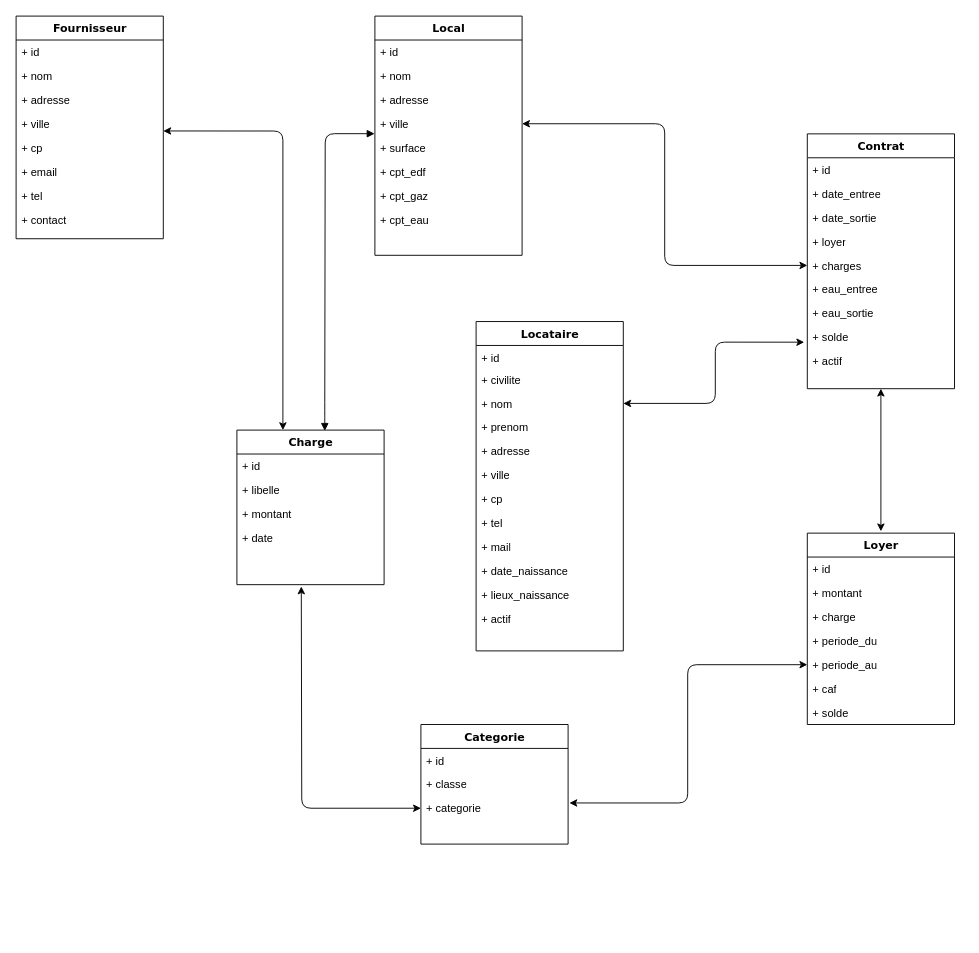
Earlier version of the draw.io diagram Untitled Diagram.drawio (eupani33/immobiler). Source tidied: cells renumbered, new cells numbered last; positions are measured from the earlier drawing's top-left corner, leaving out a move shared by most shapes. Both pictures are drawn from the tidied source at 92%, with x=0, y=0 at pixel (16, 16).
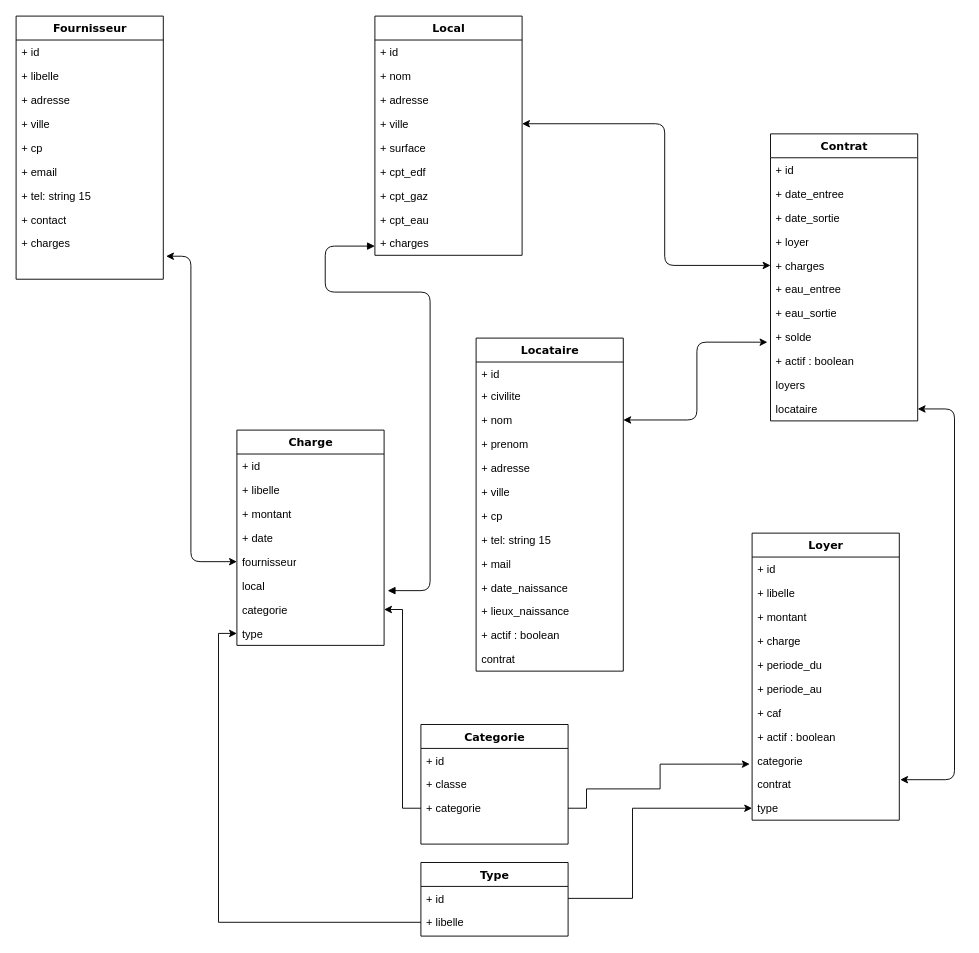
After the change.

The change refers to these unchanged cells:
```xml
<mxCell id="6" value="+ ville" style="text;html=1;strokeColor=none;fillColor=none;align=left;verticalAlign=top;spacingLeft=4;spacingRight=4;whiteSpace=wrap;overflow=hidden;points=[[0,0.5],[1,0.5]];portConstraint=eastwest;" parent="2" vertex="1">
  <mxGeometry y="104" width="160" height="26" as="geometry" />
</mxCell>
<mxCell id="28" value="+ categorie" style="text;html=1;strokeColor=none;fillColor=none;align=left;verticalAlign=top;spacingLeft=4;spacingRight=4;whiteSpace=wrap;overflow=hidden;points=[[0,0.5],[1,0.5]];portConstraint=eastwest;" parent="25" vertex="1">
  <mxGeometry y="78" width="160" height="26" as="geometry" />
</mxCell>
<mxCell id="29" value="Local" style="swimlane;html=1;fontStyle=1;align=center;verticalAlign=top;horizontal=1;startSize=26;swimlaneFillColor=#ffffff;rounded=0;shadow=0;comic=0;labelBackgroundColor=none;strokeWidth=1;fillColor=none;fontFamily=Verdana;fontSize=12;" parent="1" vertex="1">
  <mxGeometry x="390" width="160" height="260" as="geometry" />
</mxCell>
<mxCell id="33" value="+ ville" style="text;html=1;strokeColor=none;fillColor=none;align=left;verticalAlign=top;spacingLeft=4;spacingRight=4;whiteSpace=wrap;overflow=hidden;points=[[0,0.5],[1,0.5]];portConstraint=eastwest;" parent="29" vertex="1">
  <mxGeometry y="104" width="160" height="26" as="geometry" />
</mxCell>
<mxCell id="56" value="+ charges" style="text;html=1;strokeColor=none;fillColor=none;align=left;verticalAlign=top;spacingLeft=4;spacingRight=4;whiteSpace=wrap;overflow=hidden;points=[[0,0.5],[1,0.5]];portConstraint=eastwest;" parent="51" vertex="1">
  <mxGeometry y="130" width="160" height="26" as="geometry" />
</mxCell>
```

What changed in the source:
```diff
@@
     <mxCell id="2" value="&lt;div&gt;Fournisseur&lt;/div&gt;&lt;div&gt;&lt;br&gt;&lt;/div&gt;" style="swimlane;html=1;fontStyle=1;align=center;verticalAlign=top;horizontal=1;startSize=26;swimlaneFillColor=#ffffff;rounded=0;shadow=0;comic=0;labelBackgroundColor=none;strokeWidth=1;fillColor=none;fontFamily=Verdana;fontSize=12;" parent="1" vertex="1">
-      <mxGeometry width="160" height="242" as="geometry" />
+      <mxGeometry width="160" height="286" as="geometry" />
     </mxCell>
@@
-    <mxCell id="4" value="+ nom" style="text;html=1;strokeColor=none;fillColor=none;align=left;verticalAlign=top;spacingLeft=4;spacingRight=4;whiteSpace=wrap;overflow=hidden;" parent="2" vertex="1">
+    <mxCell id="4" value="+ libelle" style="text;html=1;strokeColor=none;fillColor=none;align=left;verticalAlign=top;spacingLeft=4;spacingRight=4;whiteSpace=wrap;overflow=hidden;" parent="2" vertex="1">
       <mxGeometry y="52" width="160" height="26" as="geometry" />
     </mxCell>
@@
-    <mxCell id="9" value="+ tel" style="text;html=1;strokeColor=none;fillColor=none;align=left;verticalAlign=top;spacingLeft=4;spacingRight=4;whiteSpace=wrap;overflow=hidden;" parent="2" vertex="1">
+    <mxCell id="9" value="+ tel: string 15" style="text;html=1;strokeColor=none;fillColor=none;align=left;verticalAlign=top;spacingLeft=4;spacingRight=4;whiteSpace=wrap;overflow=hidden;" parent="2" vertex="1">
       <mxGeometry y="182" width="160" height="26" as="geometry" />
     </mxCell>
@@
+    <mxCell id="68" value="+ charges" style="text;html=1;strokeColor=none;fillColor=none;align=left;verticalAlign=top;spacingLeft=4;spacingRight=4;whiteSpace=wrap;overflow=hidden;points=[[0,0.5],[1,0.5]];portConstraint=eastwest;" parent="2" vertex="1">
+      <mxGeometry y="234" width="160" height="26" as="geometry" />
+    </mxCell>
     <mxCell id="11" value="Loyer" style="swimlane;html=1;fontStyle=1;align=center;verticalAlign=top;horizontal=1;startSize=26;swimlaneFillColor=#ffffff;rounded=0;shadow=0;comic=0;labelBackgroundColor=none;strokeWidth=1;fillColor=none;fontFamily=Verdana;fontSize=12;" parent="1" vertex="1">
-      <mxGeometry x="860" y="562" width="160" height="208" as="geometry" />
+      <mxGeometry x="800" y="562" width="160" height="312" as="geometry" />
     </mxCell>
@@
+    <mxCell id="69" value="+ libelle" style="text;html=1;strokeColor=none;fillColor=none;align=left;verticalAlign=top;spacingLeft=4;spacingRight=4;whiteSpace=wrap;overflow=hidden;" parent="11" vertex="1">
+      <mxGeometry y="52" width="160" height="26" as="geometry" />
+    </mxCell>
     <mxCell id="13" value="+ montant" style="text;html=1;strokeColor=none;fillColor=none;align=left;verticalAlign=top;spacingLeft=4;spacingRight=4;whiteSpace=wrap;overflow=hidden;" parent="11" vertex="1">
-      <mxGeometry y="52" width="160" height="26" as="geometry" />
+      <mxGeometry y="78" width="160" height="26" as="geometry" />
     </mxCell>
     <mxCell id="14" value="&lt;div&gt;+ charge&lt;/div&gt;&lt;div&gt;&lt;br&gt;&lt;/div&gt;" style="text;html=1;strokeColor=none;fillColor=none;align=left;verticalAlign=top;spacingLeft=4;spacingRight=4;whiteSpace=wrap;overflow=hidden;" parent="11" vertex="1">
-      <mxGeometry y="78" width="160" height="26" as="geometry" />
+      <mxGeometry y="104" width="160" height="26" as="geometry" />
     </mxCell>
     <mxCell id="15" value="+ periode_du" style="text;html=1;strokeColor=none;fillColor=none;align=left;verticalAlign=top;spacingLeft=4;spacingRight=4;whiteSpace=wrap;overflow=hidden;" parent="11" vertex="1">
-      <mxGeometry y="104" width="160" height="26" as="geometry" />
+      <mxGeometry y="130" width="160" height="26" as="geometry" />
     </mxCell>
     <mxCell id="16" value="+ periode_au" style="text;html=1;strokeColor=none;fillColor=none;align=left;verticalAlign=top;spacingLeft=4;spacingRight=4;whiteSpace=wrap;overflow=hidden;points=[[0,0.5],[1,0.5]];portConstraint=eastwest;" parent="11" vertex="1">
-      <mxGeometry y="130" width="160" height="26" as="geometry" />
+      <mxGeometry y="156" width="160" height="26" as="geometry" />
     </mxCell>
     <mxCell id="17" value="+ caf" style="text;html=1;strokeColor=none;fillColor=none;align=left;verticalAlign=top;spacingLeft=4;spacingRight=4;whiteSpace=wrap;overflow=hidden;" parent="11" vertex="1">
-      <mxGeometry y="156" width="160" height="26" as="geometry" />
+      <mxGeometry y="182" width="160" height="26" as="geometry" />
     </mxCell>
-    <mxCell id="18" value="+ solde" style="text;html=1;strokeColor=none;fillColor=none;align=left;verticalAlign=top;spacingLeft=4;spacingRight=4;whiteSpace=wrap;overflow=hidden;" parent="11" vertex="1">
-      <mxGeometry y="182" width="160" height="26" as="geometry" />
+    <mxCell id="18" value="&lt;div&gt;+ actif : boolean&lt;/div&gt;" style="text;html=1;strokeColor=none;fillColor=none;align=left;verticalAlign=top;spacingLeft=4;spacingRight=4;whiteSpace=wrap;overflow=hidden;" parent="11" vertex="1">
+      <mxGeometry y="208" width="160" height="26" as="geometry" />
     </mxCell>
+    <mxCell id="70" value="categorie" style="text;html=1;strokeColor=none;fillColor=none;align=left;verticalAlign=top;spacingLeft=4;spacingRight=4;whiteSpace=wrap;overflow=hidden;points=[[0,0.5],[1,0.5]];portConstraint=eastwest;" parent="11" vertex="1">
+      <mxGeometry y="234" width="160" height="26" as="geometry" />
+    </mxCell>
+    <mxCell id="71" value="contrat" style="text;html=1;strokeColor=none;fillColor=none;align=left;verticalAlign=top;spacingLeft=4;spacingRight=4;whiteSpace=wrap;overflow=hidden;" parent="11" vertex="1">
+      <mxGeometry y="260" width="160" height="26" as="geometry" />
+    </mxCell>
+    <mxCell id="72" value="type" style="text;html=1;strokeColor=none;fillColor=none;align=left;verticalAlign=top;spacingLeft=4;spacingRight=4;whiteSpace=wrap;overflow=hidden;points=[[0,0.5],[1,0.5]];portConstraint=eastwest;" parent="11" vertex="1">
+      <mxGeometry y="286" width="160" height="26" as="geometry" />
+    </mxCell>
     <mxCell id="19" value="Charge" style="swimlane;html=1;fontStyle=1;align=center;verticalAlign=top;horizontal=1;startSize=26;swimlaneFillColor=#ffffff;rounded=0;shadow=0;comic=0;labelBackgroundColor=none;strokeWidth=1;fillColor=none;fontFamily=Verdana;fontSize=12;" parent="1" vertex="1">
-      <mxGeometry x="240" y="450" width="160" height="168" as="geometry" />
+      <mxGeometry x="240" y="450" width="160" height="234" as="geometry" />
     </mxCell>
@@
+    <mxCell id="73" value="fournisseur" style="text;html=1;strokeColor=none;fillColor=none;align=left;verticalAlign=top;spacingLeft=4;spacingRight=4;whiteSpace=wrap;overflow=hidden;points=[[0,0.5],[1,0.5]];portConstraint=eastwest;" parent="19" vertex="1">
+      <mxGeometry y="130" width="160" height="26" as="geometry" />
+    </mxCell>
+    <mxCell id="74" value="local" style="text;html=1;strokeColor=none;fillColor=none;align=left;verticalAlign=top;spacingLeft=4;spacingRight=4;whiteSpace=wrap;overflow=hidden;points=[[0,0.5],[1,0.5]];portConstraint=eastwest;shadow=0;" parent="19" vertex="1">
+      <mxGeometry y="156" width="160" height="26" as="geometry" />
+    </mxCell>
+    <mxCell id="75" value="categorie" style="text;html=1;strokeColor=none;fillColor=none;align=left;verticalAlign=top;spacingLeft=4;spacingRight=4;whiteSpace=wrap;overflow=hidden;points=[[0,0.5],[1,0.5]];portConstraint=eastwest;shadow=0;" parent="19" vertex="1">
+      <mxGeometry y="182" width="160" height="26" as="geometry" />
+    </mxCell>
+    <mxCell id="76" value="type" style="text;html=1;strokeColor=none;fillColor=none;align=left;verticalAlign=top;spacingLeft=4;spacingRight=4;whiteSpace=wrap;overflow=hidden;points=[[0,0.5],[1,0.5]];portConstraint=eastwest;shadow=0;" parent="19" vertex="1">
+      <mxGeometry y="208" width="160" height="26" as="geometry" />
+    </mxCell>
@@
+    <mxCell id="77" value="+ charges" style="text;html=1;strokeColor=none;fillColor=none;align=left;verticalAlign=top;spacingLeft=4;spacingRight=4;whiteSpace=wrap;overflow=hidden;" parent="29" vertex="1">
+      <mxGeometry y="234" width="160" height="26" as="geometry" />
+    </mxCell>
     <mxCell id="38" value="&lt;div&gt;Locataire&lt;/div&gt;&lt;div&gt;&lt;br&gt;&lt;/div&gt;" style="swimlane;html=1;fontStyle=1;align=center;verticalAlign=top;horizontal=1;startSize=26;swimlaneFillColor=#ffffff;rounded=0;shadow=0;comic=0;labelBackgroundColor=none;strokeWidth=1;fillColor=none;fontFamily=Verdana;fontSize=12;" parent="1" vertex="1">
-      <mxGeometry x="500" y="332" width="160" height="358" as="geometry" />
+      <mxGeometry x="500" y="350" width="160" height="362" as="geometry" />
     </mxCell>
@@
-    <mxCell id="46" value="+ tel" style="text;html=1;strokeColor=none;fillColor=none;align=left;verticalAlign=top;spacingLeft=4;spacingRight=4;whiteSpace=wrap;overflow=hidden;" parent="38" vertex="1">
+    <mxCell id="46" value="+ tel: string 15" style="text;html=1;strokeColor=none;fillColor=none;align=left;verticalAlign=top;spacingLeft=4;spacingRight=4;whiteSpace=wrap;overflow=hidden;" parent="38" vertex="1">
       <mxGeometry y="206" width="160" height="26" as="geometry" />
     </mxCell>
@@
-    <mxCell id="50" value="&lt;div&gt;+ actif&lt;/div&gt;" style="text;html=1;strokeColor=none;fillColor=none;align=left;verticalAlign=top;spacingLeft=4;spacingRight=4;whiteSpace=wrap;overflow=hidden;" parent="38" vertex="1">
+    <mxCell id="50" value="&lt;div&gt;+ actif : boolean&lt;/div&gt;&lt;div&gt;&lt;br&gt;&lt;/div&gt;&amp;nbsp;" style="text;html=1;strokeColor=none;fillColor=none;align=left;verticalAlign=top;spacingLeft=4;spacingRight=4;whiteSpace=wrap;overflow=hidden;" parent="38" vertex="1">
       <mxGeometry y="310" width="160" height="26" as="geometry" />
     </mxCell>
+    <mxCell id="78" value="contrat" style="text;html=1;strokeColor=none;fillColor=none;align=left;verticalAlign=top;spacingLeft=4;spacingRight=4;whiteSpace=wrap;overflow=hidden;" parent="38" vertex="1">
+      <mxGeometry y="336" width="160" height="26" as="geometry" />
+    </mxCell>
     <mxCell id="51" value="Contrat" style="swimlane;html=1;fontStyle=1;align=center;verticalAlign=top;horizontal=1;startSize=26;swimlaneFillColor=#ffffff;rounded=0;shadow=0;comic=0;labelBackgroundColor=none;strokeWidth=1;fillColor=none;fontFamily=Verdana;fontSize=12;" parent="1" vertex="1">
-      <mxGeometry x="860" y="128" width="160" height="277" as="geometry" />
+      <mxGeometry x="820" y="128" width="160" height="312" as="geometry" />
     </mxCell>
@@
-    <mxCell id="60" value="&lt;div&gt;+ actif&lt;/div&gt;" style="text;html=1;strokeColor=none;fillColor=none;align=left;verticalAlign=top;spacingLeft=4;spacingRight=4;whiteSpace=wrap;overflow=hidden;" parent="51" vertex="1">
+    <mxCell id="60" value="&lt;div&gt;+ actif : boolean&lt;/div&gt;" style="text;html=1;strokeColor=none;fillColor=none;align=left;verticalAlign=top;spacingLeft=4;spacingRight=4;whiteSpace=wrap;overflow=hidden;" parent="51" vertex="1">
       <mxGeometry y="234" width="160" height="26" as="geometry" />
     </mxCell>
+    <mxCell id="79" value="loyers" style="text;html=1;strokeColor=none;fillColor=none;align=left;verticalAlign=top;spacingLeft=4;spacingRight=4;whiteSpace=wrap;overflow=hidden;" parent="51" vertex="1">
+      <mxGeometry y="260" width="160" height="26" as="geometry" />
+    </mxCell>
+    <mxCell id="80" value="locataire" style="text;html=1;strokeColor=none;fillColor=none;align=left;verticalAlign=top;spacingLeft=4;spacingRight=4;whiteSpace=wrap;overflow=hidden;points=[[0,0.5],[1,0.5]];portConstraint=eastwest;" parent="51" vertex="1">
+      <mxGeometry y="286" width="160" height="26" as="geometry" />
+    </mxCell>
-    <mxCell id="61" style="endArrow=block;startArrow=block;endFill=1;startFill=1;html=1;edgeStyle=orthogonalEdgeStyle;entryX=-0.002;entryY=0.916;entryDx=0;entryDy=0;entryPerimeter=0;exitX=0.597;exitY=0.005;exitDx=0;exitDy=0;exitPerimeter=0;" parent="1" edge="1" source="19" target="33">
+    <mxCell id="61" style="endArrow=block;startArrow=block;endFill=1;startFill=1;html=1;edgeStyle=orthogonalEdgeStyle;exitX=1.024;exitY=0.711;exitDx=0;exitDy=0;exitPerimeter=0;" parent="1" edge="1" source="74">
       <mxGeometry relative="1" as="geometry">
+        <mxPoint x="390" y="250" as="targetPoint" />
         <Array as="points">
-          <mxPoint x="336" y="430" />
-          <mxPoint x="336" y="430" />
-          <mxPoint x="336" y="128" />
+          <mxPoint x="450" y="625" />
+          <mxPoint x="450" y="300" />
+          <mxPoint x="336" y="300" />
+          <mxPoint x="336" y="250" />
         </Array>
       </mxGeometry>
     </mxCell>
-    <mxCell id="62" style="endArrow=classic;startArrow=classic;html=1;entryX=1;entryY=0.802;entryDx=0;entryDy=0;entryPerimeter=0;edgeStyle=orthogonalEdgeStyle;" parent="1" edge="1" source="19" target="6">
+    <mxCell id="62" style="endArrow=classic;startArrow=classic;html=1;edgeStyle=orthogonalEdgeStyle;entryX=1.019;entryY=1.038;entryDx=0;entryDy=0;entryPerimeter=0;exitX=0;exitY=0.5;exitDx=0;exitDy=0;" parent="1" edge="1" source="73" target="68">
       <mxGeometry relative="1" as="geometry">
         <Array as="points">
-          <mxPoint x="290" y="125" />
+          <mxPoint x="190" y="593" />
+          <mxPoint x="190" y="261" />
         </Array>
       </mxGeometry>
     </mxCell>
-    <mxCell id="63" style="endArrow=classic;startArrow=classic;html=1;exitX=0;exitY=0.5;exitDx=0;exitDy=0;edgeStyle=orthogonalEdgeStyle;" parent="1" edge="1" source="28">
-      <mxGeometry relative="1" as="geometry">
-        <mxPoint x="310" y="620" as="targetPoint" />
-      </mxGeometry>
-    </mxCell>
-    <mxCell id="64" style="endArrow=classic;startArrow=classic;html=1;edgeStyle=orthogonalEdgeStyle;exitX=1.009;exitY=0.28;exitDx=0;exitDy=0;exitPerimeter=0;entryX=0;entryY=0.5;entryDx=0;entryDy=0;" parent="1" edge="1" source="28" target="16">
-      <mxGeometry relative="1" as="geometry">
-        <Array as="points">
-          <mxPoint x="730" y="855" />
-          <mxPoint x="730" y="705" />
-        </Array>
-      </mxGeometry>
-    </mxCell>
-    <mxCell id="65" style="endArrow=classic;startArrow=classic;html=1;entryX=0.5;entryY=1;entryDx=0;entryDy=0;" parent="1" edge="1" target="51">
-      <mxGeometry relative="1" as="geometry">
-        <mxPoint x="940" y="560" as="sourcePoint" />
-      </mxGeometry>
-    </mxCell>
     <mxCell id="66" style="endArrow=classic;startArrow=classic;html=1;entryX=0;entryY=0.5;entryDx=0;entryDy=0;exitX=1;exitY=0.5;exitDx=0;exitDy=0;edgeStyle=orthogonalEdgeStyle;" parent="1" edge="1" source="33" target="56">
-      <mxGeometry relative="1" as="geometry" />
+      <mxGeometry relative="1" as="geometry">
+        <Array as="points">
+          <mxPoint x="705" y="117" />
+          <mxPoint x="705" y="271" />
+        </Array>
+      </mxGeometry>
     </mxCell>
@@
+    <mxCell id="81" style="endArrow=classic;startArrow=classic;html=1;entryX=1;entryY=0.5;entryDx=0;entryDy=0;" parent="1" edge="1" target="80">
+      <mxGeometry relative="1" as="geometry">
+        <mxPoint x="961" y="830" as="sourcePoint" />
+        <Array as="points">
+          <mxPoint x="1020" y="830" />
+          <mxPoint x="1020" y="427" />
+        </Array>
+      </mxGeometry>
+    </mxCell>
+    <mxCell id="82" value="Type" style="swimlane;html=1;fontStyle=1;align=center;verticalAlign=top;horizontal=1;startSize=26;swimlaneFillColor=#ffffff;rounded=0;shadow=0;comic=0;labelBackgroundColor=none;strokeWidth=1;fillColor=none;fontFamily=Verdana;fontSize=12;" parent="1" vertex="1">
+      <mxGeometry x="440" y="920" width="160" height="80" as="geometry" />
+    </mxCell>
+    <mxCell id="83" value="+ id" style="text;html=1;strokeColor=none;fillColor=none;align=left;verticalAlign=top;spacingLeft=4;spacingRight=4;whiteSpace=wrap;overflow=hidden;points=[[0,0.5],[1,0.5]];portConstraint=eastwest;" parent="82" vertex="1">
+      <mxGeometry y="26" width="160" height="26" as="geometry" />
+    </mxCell>
+    <mxCell id="84" value="+ libelle" style="text;html=1;strokeColor=none;fillColor=none;align=left;verticalAlign=top;spacingLeft=4;spacingRight=4;whiteSpace=wrap;overflow=hidden;points=[[0,0.5],[1,0.5]];portConstraint=eastwest;" parent="82" vertex="1">
+      <mxGeometry y="52" width="160" height="26" as="geometry" />
+    </mxCell>
+    <mxCell id="85" style="edgeStyle=orthogonalEdgeStyle;rounded=0;jettySize=auto;html=1;entryX=0;entryY=0.5;entryDx=0;entryDy=0;" parent="1" edge="1" source="83" target="72">
+      <mxGeometry relative="1" as="geometry">
+        <Array as="points">
+          <mxPoint x="670" y="959" />
+          <mxPoint x="670" y="861" />
+        </Array>
+      </mxGeometry>
+    </mxCell>
+    <mxCell id="86" style="edgeStyle=orthogonalEdgeStyle;rounded=0;jettySize=auto;html=1;entryX=0;entryY=0.5;entryDx=0;entryDy=0;" parent="1" edge="1" source="84" target="76">
+      <mxGeometry relative="1" as="geometry" />
+    </mxCell>
+    <mxCell id="87" style="edgeStyle=orthogonalEdgeStyle;rounded=0;jettySize=auto;html=1;entryX=-0.016;entryY=0.656;entryDx=0;entryDy=0;entryPerimeter=0;" parent="1" edge="1" source="28" target="70">
+      <mxGeometry relative="1" as="geometry">
+        <Array as="points">
+          <mxPoint x="620" y="861" />
+          <mxPoint x="620" y="840" />
+          <mxPoint x="700" y="840" />
+          <mxPoint x="700" y="813" />
+        </Array>
+      </mxGeometry>
+    </mxCell>
+    <mxCell id="88" style="edgeStyle=orthogonalEdgeStyle;rounded=0;jettySize=auto;html=1;" parent="1" edge="1" source="28" target="75">
+      <mxGeometry relative="1" as="geometry" />
+    </mxCell>
```
